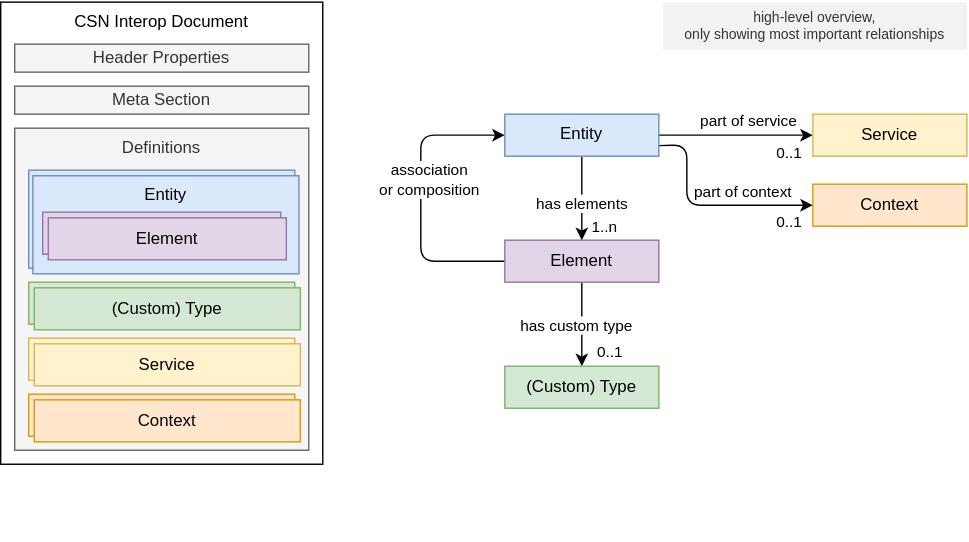
This is static/img/high-level-model.drawio.svg from SAP/csn-interop-specification, a draw.io export, as it was before one commit. Source tidied: cells renumbered, new cells last; positions are measured from the earlier drawing's top-left corner, leaving out a move shared by most shapes.
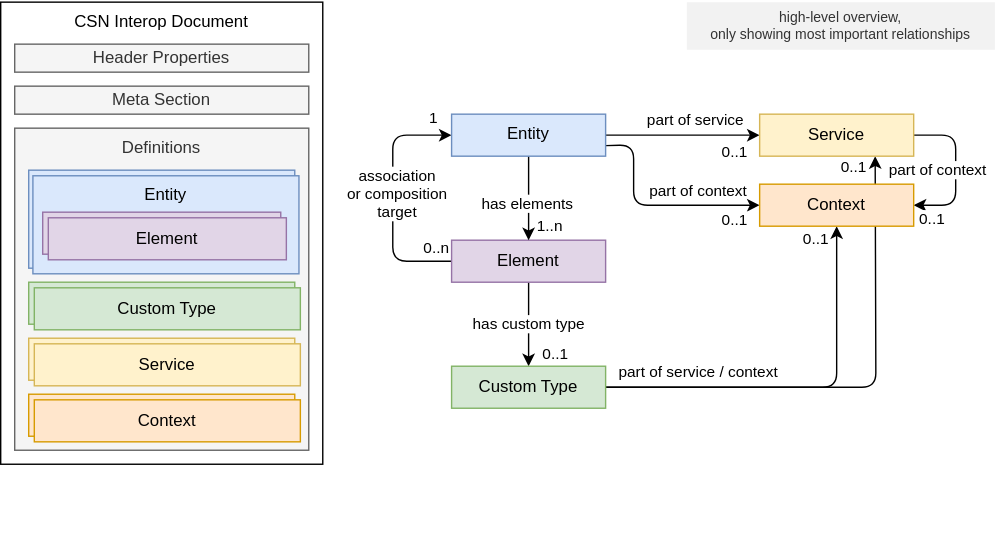
After the commit.

Commit message:
Update high-level diagram + some formulations (#38)

What changed in the source:
```diff
@@ -21,7 +21,7 @@
       <mxGeometry x="23" y="124" width="190" height="70" as="geometry" />
     </mxCell>
     <mxCell id="8" value="Best viewed with the &lt;a href=&quot;https://github.com/ariel-bentu/tam-drawio&quot;&gt;TAM plugin&lt;/a&gt;" style="text;html=1;shape=tamPluginMissing;" parent="1" vertex="1">
-      <mxGeometry x="245" y="360" width="200" height="25" as="geometry" />
+      <mxGeometry x="255" y="360" width="200" height="25" as="geometry" />
     </mxCell>
     <mxCell id="9" value="(Custom) Types" style="rounded=0;whiteSpace=wrap;html=1;verticalAlign=middle;fillColor=#d5e8d4;strokeColor=#82b366;align=center;" parent="1" vertex="1">
       <mxGeometry x="20" y="200" width="190" height="30" as="geometry" />
@@ -37,7 +37,7 @@
     </mxCell>
     <mxCell id="13" value="has custom type" style="edgeLabel;html=1;align=center;verticalAlign=middle;" parent="12" vertex="1">
       <mxGeometry x="0.37" y="4" relative="1" as="geometry">
-        <mxPoint x="-9" y="-11" as="offset" />
+        <mxPoint x="-4" y="-11" as="offset" />
       </mxGeometry>
     </mxCell>
     <mxCell id="14" value="0..1" style="edgeLabel;html=1;align=center;verticalAlign=middle;" parent="12" vertex="1">
@@ -48,18 +48,28 @@
     <mxCell id="15" style="edgeStyle=none;html=1;entryX=0;entryY=0.5;entryDx=0;entryDy=0;" parent="1" edge="1" source="17" target="27">
       <mxGeometry relative="1" as="geometry">
         <Array as="points">
-          <mxPoint x="300" y="185" />
-          <mxPoint x="300" y="95" />
+          <mxPoint x="280" y="185" />
+          <mxPoint x="280" y="95" />
         </Array>
       </mxGeometry>
     </mxCell>
-    <mxCell id="16" value="association &lt;br&gt;or composition" style="edgeLabel;html=1;align=center;verticalAlign=middle;" parent="15" vertex="1">
+    <mxCell id="16" value="association &lt;br&gt;or composition&lt;br&gt;target" style="edgeLabel;html=1;align=center;verticalAlign=middle;" parent="15" vertex="1">
       <mxGeometry x="0.48" y="-3" relative="1" as="geometry">
-        <mxPoint y="28" as="offset" />
+        <mxPoint y="38" as="offset" />
       </mxGeometry>
     </mxCell>
+    <mxCell id="37" value="1" style="edgeLabel;html=1;align=center;verticalAlign=middle;" parent="15" vertex="1">
+      <mxGeometry x="0.81" relative="1" as="geometry">
+        <mxPoint x="3" y="-12" as="offset" />
+      </mxGeometry>
+    </mxCell>
+    <mxCell id="38" value="0..n" style="edgeLabel;html=1;align=center;verticalAlign=middle;" parent="15" vertex="1">
+      <mxGeometry x="-0.85" y="1" relative="1" as="geometry">
+        <mxPoint x="2" y="-10" as="offset" />
+      </mxGeometry>
+    </mxCell>
     <mxCell id="17" value="Element" style="rounded=0;whiteSpace=wrap;html=1;verticalAlign=middle;fillColor=#e1d5e7;strokeColor=#9673a6;align=center;" parent="1" vertex="1">
-      <mxGeometry x="360" y="170" width="110" height="30" as="geometry" />
+      <mxGeometry x="322" y="170" width="110" height="30" as="geometry" />
     </mxCell>
     <mxCell id="18" style="edgeStyle=none;html=1;" parent="1" edge="1" source="27" target="17">
       <mxGeometry relative="1" as="geometry" />
@@ -90,14 +100,14 @@
     <mxCell id="24" style="edgeStyle=none;html=1;entryX=0;entryY=0.5;entryDx=0;entryDy=0;exitX=1;exitY=0.75;exitDx=0;exitDy=0;" parent="1" edge="1" source="27" target="31">
       <mxGeometry relative="1" as="geometry">
         <Array as="points">
-          <mxPoint x="490" y="102" />
-          <mxPoint x="490" y="145" />
+          <mxPoint x="452" y="102" />
+          <mxPoint x="452" y="145" />
         </Array>
       </mxGeometry>
     </mxCell>
     <mxCell id="25" value="part of context" style="edgeLabel;html=1;align=center;verticalAlign=middle;" parent="24" vertex="1">
       <mxGeometry x="0.28" y="1" relative="1" as="geometry">
-        <mxPoint x="5" y="-9" as="offset" />
+        <mxPoint x="10" y="-9" as="offset" />
       </mxGeometry>
     </mxCell>
     <mxCell id="26" value="0..1" style="edgeLabel;html=1;align=center;verticalAlign=middle;" parent="24" vertex="1">
@@ -106,21 +116,68 @@
       </mxGeometry>
     </mxCell>
     <mxCell id="27" value="Entity" style="rounded=0;whiteSpace=wrap;html=1;verticalAlign=top;fillColor=#dae8fc;strokeColor=#6c8ebf;align=center;" parent="1" vertex="1">
-      <mxGeometry x="360" y="80" width="110" height="30" as="geometry" />
+      <mxGeometry x="322" y="80" width="110" height="30" as="geometry" />
     </mxCell>
     <mxCell id="28" value="Element" style="rounded=0;whiteSpace=wrap;html=1;verticalAlign=middle;fillColor=#e1d5e7;strokeColor=#9673a6;align=center;" parent="1" vertex="1">
       <mxGeometry x="30" y="150" width="170" height="30" as="geometry" />
     </mxCell>
+    <mxCell id="39" style="edgeStyle=none;html=1;entryX=0.5;entryY=1;entryDx=0;entryDy=0;" parent="1" edge="1" source="29" target="31">
+      <mxGeometry relative="1" as="geometry">
+        <Array as="points">
+          <mxPoint x="597" y="275" />
+        </Array>
+      </mxGeometry>
+    </mxCell>
+    <mxCell id="40" style="edgeStyle=none;html=1;entryX=0.75;entryY=1;entryDx=0;entryDy=0;" parent="1" edge="1" source="29" target="30">
+      <mxGeometry relative="1" as="geometry">
+        <Array as="points">
+          <mxPoint x="625" y="275" />
+        </Array>
+      </mxGeometry>
+    </mxCell>
+    <mxCell id="41" value="part of service / context" style="edgeLabel;html=1;align=center;verticalAlign=middle;" parent="40" vertex="1">
+      <mxGeometry x="-0.8" y="5" relative="1" as="geometry">
+        <mxPoint x="30" y="-6" as="offset" />
+      </mxGeometry>
+    </mxCell>
+    <mxCell id="42" value="0..1" style="edgeLabel;html=1;align=center;verticalAlign=middle;" parent="40" vertex="1">
+      <mxGeometry x="0.66" relative="1" as="geometry">
+        <mxPoint x="-43" y="-2" as="offset" />
+      </mxGeometry>
+    </mxCell>
+    <mxCell id="43" value="0..1" style="edgeLabel;html=1;align=center;verticalAlign=middle;" parent="40" vertex="1">
+      <mxGeometry x="0.93" y="2" relative="1" as="geometry">
+        <mxPoint x="-14" y="-6" as="offset" />
+      </mxGeometry>
+    </mxCell>
-    <mxCell id="29" value="(Custom) Type" style="rounded=0;whiteSpace=wrap;html=1;verticalAlign=middle;fillColor=#d5e8d4;strokeColor=#82b366;align=center;" parent="1" vertex="1">
-      <mxGeometry x="360" y="260" width="110" height="30" as="geometry" />
+    <mxCell id="29" value="Custom Type" style="rounded=0;whiteSpace=wrap;html=1;verticalAlign=middle;fillColor=#d5e8d4;strokeColor=#82b366;align=center;" parent="1" vertex="1">
+      <mxGeometry x="322" y="260" width="110" height="30" as="geometry" />
     </mxCell>
+    <mxCell id="44" style="edgeStyle=none;html=1;entryX=1;entryY=0.5;entryDx=0;entryDy=0;" parent="1" edge="1" source="30" target="31">
+      <mxGeometry relative="1" as="geometry">
+        <Array as="points">
+          <mxPoint x="682" y="95" />
+          <mxPoint x="682" y="145" />
+        </Array>
+      </mxGeometry>
+    </mxCell>
+    <mxCell id="45" value="part of context" style="edgeLabel;html=1;align=center;verticalAlign=middle;" parent="44" vertex="1">
+      <mxGeometry x="-0.28" y="1" relative="1" as="geometry">
+        <mxPoint x="-14" y="15" as="offset" />
+      </mxGeometry>
+    </mxCell>
+    <mxCell id="46" value="0..1" style="edgeLabel;html=1;align=center;verticalAlign=middle;" parent="44" vertex="1">
+      <mxGeometry x="0.27" y="-5" relative="1" as="geometry">
+        <mxPoint x="-12" y="20" as="offset" />
+      </mxGeometry>
+    </mxCell>
     <mxCell id="30" value="Service" style="rounded=0;whiteSpace=wrap;html=1;verticalAlign=middle;fillColor=#fff2cc;strokeColor=#d6b656;align=center;" parent="1" vertex="1">
-      <mxGeometry x="580" y="80" width="110" height="30" as="geometry" />
+      <mxGeometry x="542" y="80" width="110" height="30" as="geometry" />
     </mxCell>
     <mxCell id="31" value="Context" style="rounded=0;whiteSpace=wrap;html=1;verticalAlign=middle;fillColor=#ffe6cc;strokeColor=#d79b00;align=center;" parent="1" vertex="1">
-      <mxGeometry x="580" y="130" width="110" height="30" as="geometry" />
+      <mxGeometry x="542" y="130" width="110" height="30" as="geometry" />
     </mxCell>
-    <mxCell id="32" value="(Custom) Type" style="rounded=0;whiteSpace=wrap;html=1;verticalAlign=middle;fillColor=#d5e8d4;strokeColor=#82b366;align=center;" parent="1" vertex="1">
+    <mxCell id="32" value="Custom Type" style="rounded=0;whiteSpace=wrap;html=1;verticalAlign=middle;fillColor=#d5e8d4;strokeColor=#82b366;align=center;" parent="1" vertex="1">
       <mxGeometry x="24" y="204" width="190" height="30" as="geometry" />
     </mxCell>
     <mxCell id="33" value="Element" style="rounded=0;whiteSpace=wrap;html=1;verticalAlign=middle;fillColor=#e1d5e7;strokeColor=#9673a6;align=center;" parent="1" vertex="1">
@@ -133,7 +190,7 @@
       <mxGeometry x="24" y="284" width="190" height="30" as="geometry" />
     </mxCell>
     <mxCell id="36" value="high-level overview, &#10;only showing most important relationships" style="shape=agent;offsetSize=8;strokeWidth=2;fillColor=#F2F2F2;fontColor=#333333;strokeColor=none;fontSize=10;" parent="1" vertex="1">
-      <mxGeometry x="473" width="217" height="34" as="geometry" />
+      <mxGeometry x="490" width="220" height="34" as="geometry" />
     </mxCell>
   </root>
 </mxGraphModel>
```
